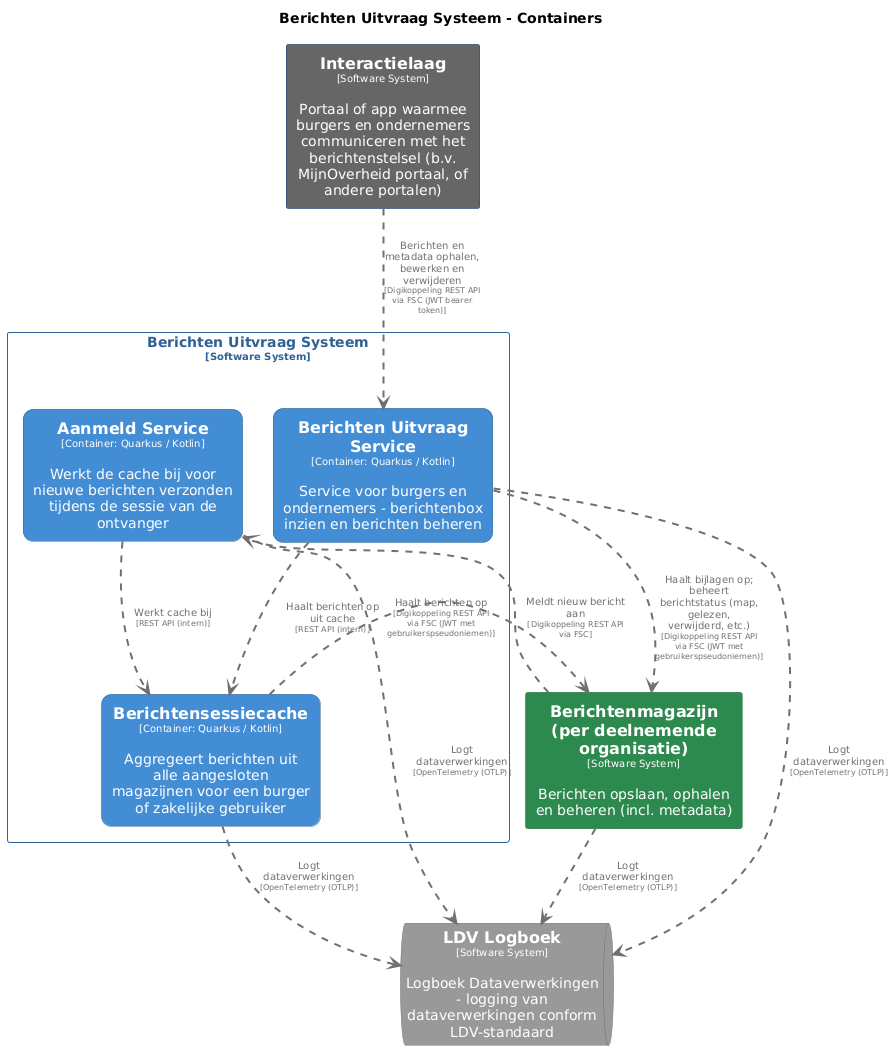
The PlantUML diagram pr-preview/pr-22/master/png/BerichtenUitvraagSysteemContainers.png in MinBZK/moza-poc-fbs-berichtenbox, before a commit.
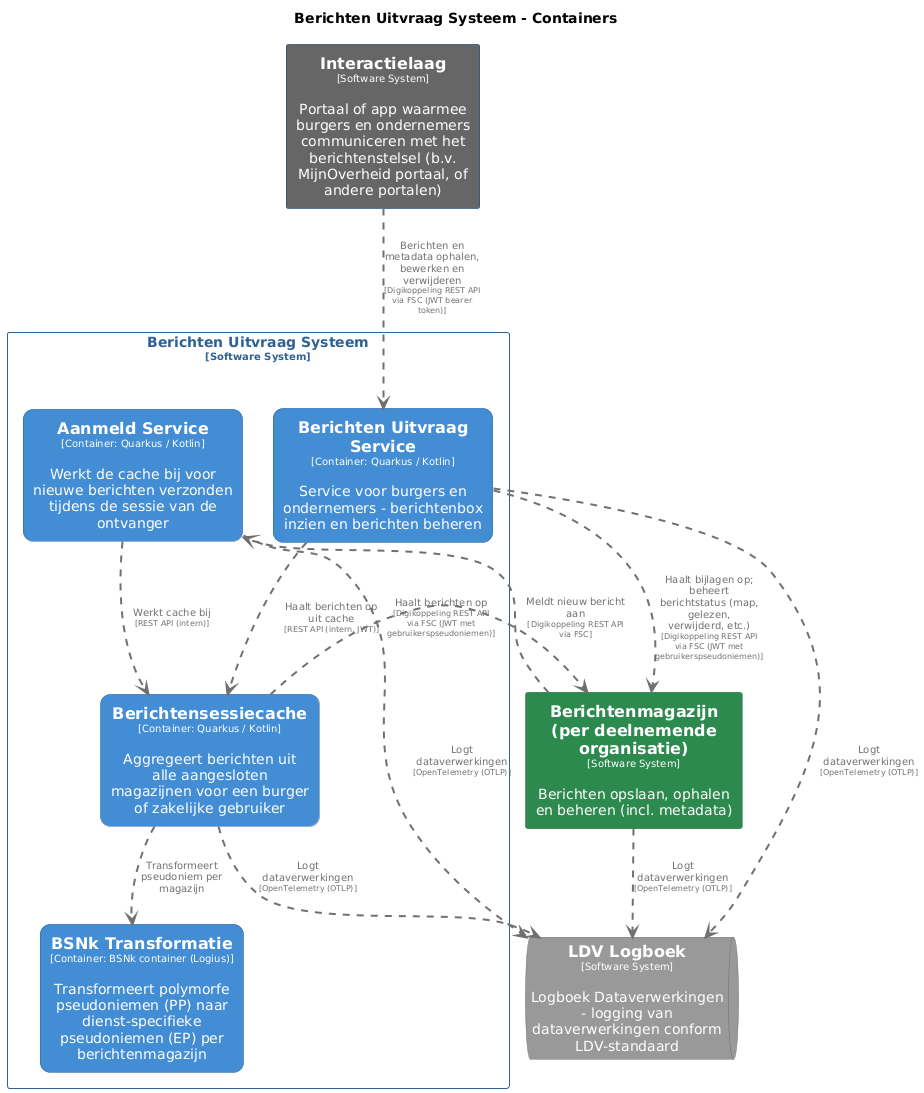
Above is the later version.

Change to the diagram source:
```diff
@@ -16,6 +16,13 @@
 hide stereotype
 
 skinparam rectangle<<BerichtenUitvraagSysteem.AanmeldService>> {
+  BackgroundColor #438dd5
+  FontColor #ffffff
+  BorderColor #2e6295
+  roundCorner 20
+  shadowing false
+}
+skinparam rectangle<<BerichtenUitvraagSysteem.BSNkTransformatie>> {
   BackgroundColor #438dd5
   FontColor #ffffff
   BorderColor #2e6295
@@ -67,17 +74,19 @@
 rectangle "Berichten Uitvraag Systeem\n<size:10>[Software System]</size>" <<BerichtenUitvraagSysteem>> {
   rectangle "==Berichtensessiecache\n<size:10>[Container: Quarkus / Kotlin]</size>\n\nAggregeert berichten uit alle aangesloten magazijnen voor een burger of zakelijke gebruiker" <<BerichtenUitvraagSysteem.Berichtensessiecache>> as BerichtenUitvraagSysteem.Berichtensessiecache
   rectangle "==Berichten Uitvraag Service\n<size:10>[Container: Quarkus / Kotlin]</size>\n\nService voor burgers en ondernemers - berichtenbox inzien en berichten beheren" <<BerichtenUitvraagSysteem.BerichtenUitvraagService>> as BerichtenUitvraagSysteem.BerichtenUitvraagService
+  rectangle "==BSNk Transformatie\n<size:10>[Container: BSNk container (Logius)]</size>\n\nTransformeert polymorfe pseudoniemen (PP) naar dienst-specifieke pseudoniemen (EP) per berichtenmagazijn" <<BerichtenUitvraagSysteem.BSNkTransformatie>> as BerichtenUitvraagSysteem.BSNkTransformatie
   rectangle "==Aanmeld Service\n<size:10>[Container: Quarkus / Kotlin]</size>\n\nWerkt de cache bij voor nieuwe berichten verzonden tijdens de sessie van de ontvanger" <<BerichtenUitvraagSysteem.AanmeldService>> as BerichtenUitvraagSysteem.AanmeldService
 }
 
+BerichtenUitvraagSysteem.Berichtensessiecache .[#707070,thickness=2].> Berichtenmagazijnperdeelnemendeorganisatie : "<color:#707070>Haalt berichten op\n<color:#707070><size:8>[Digikoppeling REST API via FSC (JWT met gebruikerspseudoniemen)]</size>"
 Berichtenmagazijnperdeelnemendeorganisatie .[#707070,thickness=2].> LDVLogboek : "<color:#707070>Logt dataverwerkingen\n<color:#707070><size:8>[OpenTelemetry (OTLP)]</size>"
 BerichtenUitvraagSysteem.Berichtensessiecache .[#707070,thickness=2].> LDVLogboek : "<color:#707070>Logt dataverwerkingen\n<color:#707070><size:8>[OpenTelemetry (OTLP)]</size>"
 BerichtenUitvraagSysteem.AanmeldService .[#707070,thickness=2].> LDVLogboek : "<color:#707070>Logt dataverwerkingen\n<color:#707070><size:8>[OpenTelemetry (OTLP)]</size>"
 BerichtenUitvraagSysteem.BerichtenUitvraagService .[#707070,thickness=2].> LDVLogboek : "<color:#707070>Logt dataverwerkingen\n<color:#707070><size:8>[OpenTelemetry (OTLP)]</size>"
+BerichtenUitvraagSysteem.Berichtensessiecache .[#707070,thickness=2].> BerichtenUitvraagSysteem.BSNkTransformatie : "<color:#707070>Transformeert pseudoniem per magazijn"
 BerichtenUitvraagSysteem.AanmeldService .[#707070,thickness=2].> BerichtenUitvraagSysteem.Berichtensessiecache : "<color:#707070>Werkt cache bij\n<color:#707070><size:8>[REST API (intern)]</size>"
-BerichtenUitvraagSysteem.BerichtenUitvraagService .[#707070,thickness=2].> BerichtenUitvraagSysteem.Berichtensessiecache : "<color:#707070>Haalt berichten op uit cache\n<color:#707070><size:8>[REST API (intern)]</size>"
+BerichtenUitvraagSysteem.BerichtenUitvraagService .[#707070,thickness=2].> BerichtenUitvraagSysteem.Berichtensessiecache : "<color:#707070>Haalt berichten op uit cache\n<color:#707070><size:8>[REST API (intern, JWT)]</size>"
 Interactielaag .[#707070,thickness=2].> BerichtenUitvraagSysteem.BerichtenUitvraagService : "<color:#707070>Berichten en metadata ophalen, bewerken en verwijderen\n<color:#707070><size:8>[Digikoppeling REST API via FSC (JWT bearer token)]</size>"
 BerichtenUitvraagSysteem.BerichtenUitvraagService .[#707070,thickness=2].> Berichtenmagazijnperdeelnemendeorganisatie : "<color:#707070>Haalt bijlagen op; beheert berichtstatus (map, gelezen, verwijderd, etc.)\n<color:#707070><size:8>[Digikoppeling REST API via FSC (JWT met gebruikerspseudoniemen)]</size>"
 Berichtenmagazijnperdeelnemendeorganisatie .[#707070,thickness=2].> BerichtenUitvraagSysteem.AanmeldService : "<color:#707070>Meldt nieuw bericht aan\n<color:#707070><size:8>[Digikoppeling REST API via FSC]</size>"
-BerichtenUitvraagSysteem.Berichtensessiecache .[#707070,thickness=2].> Berichtenmagazijnperdeelnemendeorganisatie : "<color:#707070>Haalt berichten op\n<color:#707070><size:8>[Digikoppeling REST API via FSC (JWT met gebruikerspseudoniemen)]</size>"
 @enduml
```
